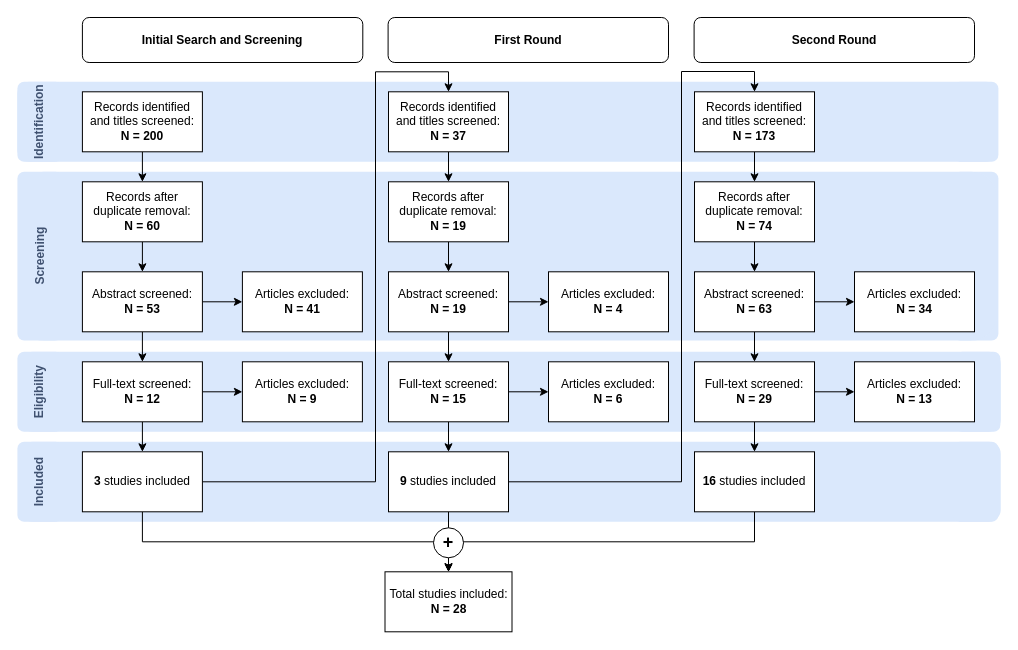
HooradAboo/I-CLAIM keeps this draw.io diagram as page "Page-3" (1 of 6) of Diagrams/PRISMA Flowchart.drawio. Above is the earlier version. Source tidied: cells renumbered, new cells numbered last; positions are measured from the earlier drawing's top-left corner, leaving out a move shared by most shapes. Both pictures are drawn from the tidied source at 100%, with x=0, y=0 at pixel (-45, -369).
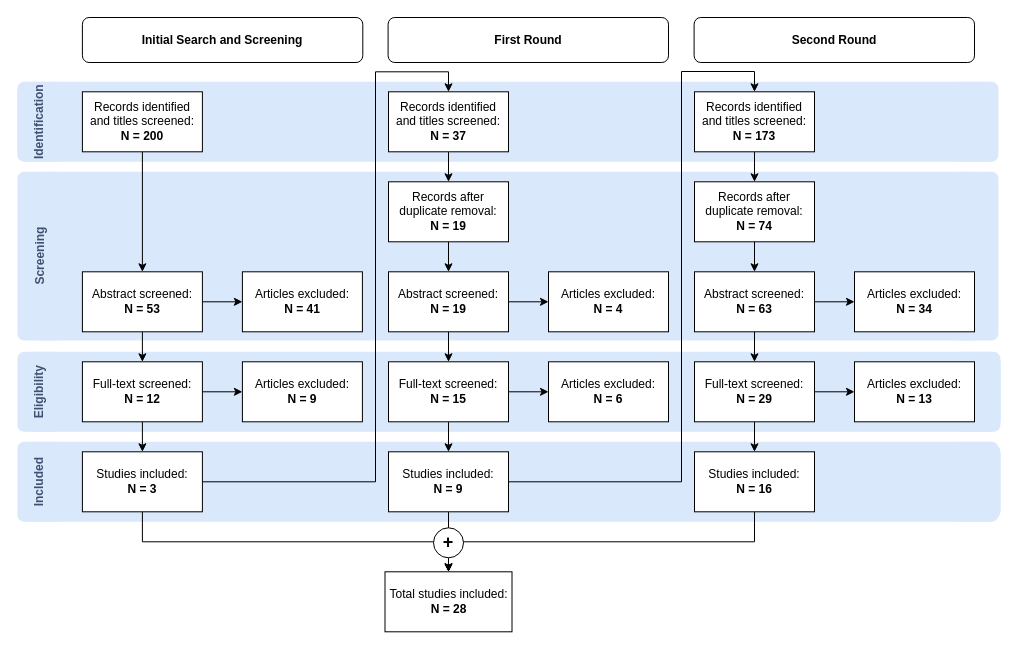
The same diagram, later.

The change refers to these unchanged cells:
```xml
<mxCell id="9" value="&lt;div&gt;Records identified and titles screened:&lt;/div&gt;&lt;div&gt;&lt;b&gt;N = 200&lt;/b&gt;&lt;/div&gt;" style="rounded=0;whiteSpace=wrap;html=1;" parent="1" vertex="1">
  <mxGeometry x="126.9" y="460.3" width="120" height="60" as="geometry" />
</mxCell>
<mxCell id="14" value="&lt;div&gt;Abstract screened:&lt;/div&gt;&lt;div&gt;&lt;b&gt;N = 53&lt;/b&gt;&lt;/div&gt;" style="rounded=0;whiteSpace=wrap;html=1;" parent="1" vertex="1">
  <mxGeometry x="126.9" y="640.3" width="120" height="60" as="geometry" />
</mxCell>
```

Diff of the diagram source:
```diff
@@
-    <mxCell id="8" style="edgeStyle=orthogonalEdgeStyle;rounded=0;jettySize=auto;html=1;exitX=0.5;exitY=1;exitDx=0;exitDy=0;entryX=0.5;entryY=0;entryDx=0;entryDy=0;" parent="1" edge="1" source="9" target="11">
-      <mxGeometry relative="1" as="geometry" />
-    </mxCell>
+    <mxCell id="64" style="edgeStyle=orthogonalEdgeStyle;rounded=0;jettySize=auto;html=1;exitX=0.5;exitY=1;exitDx=0;exitDy=0;entryX=0.5;entryY=0;entryDx=0;entryDy=0;" parent="1" edge="1" source="9" target="14">
+      <mxGeometry relative="1" as="geometry" />
+    </mxCell>
@@
-    <mxCell id="10" style="edgeStyle=orthogonalEdgeStyle;rounded=0;jettySize=auto;html=1;exitX=0.5;exitY=1;exitDx=0;exitDy=0;entryX=0.5;entryY=0;entryDx=0;entryDy=0;" parent="1" edge="1" source="11" target="14">
-      <mxGeometry relative="1" as="geometry" />
-    </mxCell>
-    <mxCell id="11" value="&lt;div&gt;Records after duplicate removal:&lt;/div&gt;&lt;div&gt;&lt;b&gt;N = 60&lt;/b&gt;&lt;/div&gt;" style="rounded=0;whiteSpace=wrap;html=1;" parent="1" vertex="1">
-      <mxGeometry x="126.9" y="550.3" width="120" height="60" as="geometry" />
-    </mxCell>
@@
-    <mxCell id="20" value="&lt;div&gt;&lt;b&gt;3&lt;/b&gt; studies included&lt;/div&gt;" style="rounded=0;whiteSpace=wrap;html=1;" parent="1" vertex="1">
+    <mxCell id="20" value="&lt;div&gt;Studies included:&lt;/div&gt;&lt;div&gt;&lt;b&gt;N = 3&lt;/b&gt;&lt;/div&gt;" style="rounded=0;whiteSpace=wrap;html=1;" parent="1" vertex="1">
       <mxGeometry x="126.9" y="820.3" width="120" height="60" as="geometry" />
     </mxCell>
@@
-    <mxCell id="40" value="&lt;b&gt;9&lt;/b&gt;&amp;nbsp;studies included" style="rounded=0;whiteSpace=wrap;html=1;" parent="1" vertex="1">
+    <mxCell id="40" value="&lt;div&gt;Studies included:&lt;/div&gt;&lt;div&gt;&lt;b&gt;N = 9&lt;/b&gt;&lt;/div&gt;" style="rounded=0;whiteSpace=wrap;html=1;" parent="1" vertex="1">
       <mxGeometry x="433" y="820.3" width="120" height="60" as="geometry" />
     </mxCell>
@@
-    <mxCell id="54" value="&lt;b&gt;16&lt;/b&gt;&amp;nbsp;studies included" style="rounded=0;whiteSpace=wrap;html=1;" parent="1" vertex="1">
+    <mxCell id="54" value="&lt;div&gt;Studies included:&lt;/div&gt;&lt;div&gt;&lt;b&gt;N = 16&lt;/b&gt;&lt;/div&gt;" style="rounded=0;whiteSpace=wrap;html=1;" parent="1" vertex="1">
       <mxGeometry x="739" y="820.3" width="120" height="60" as="geometry" />
     </mxCell>
```
